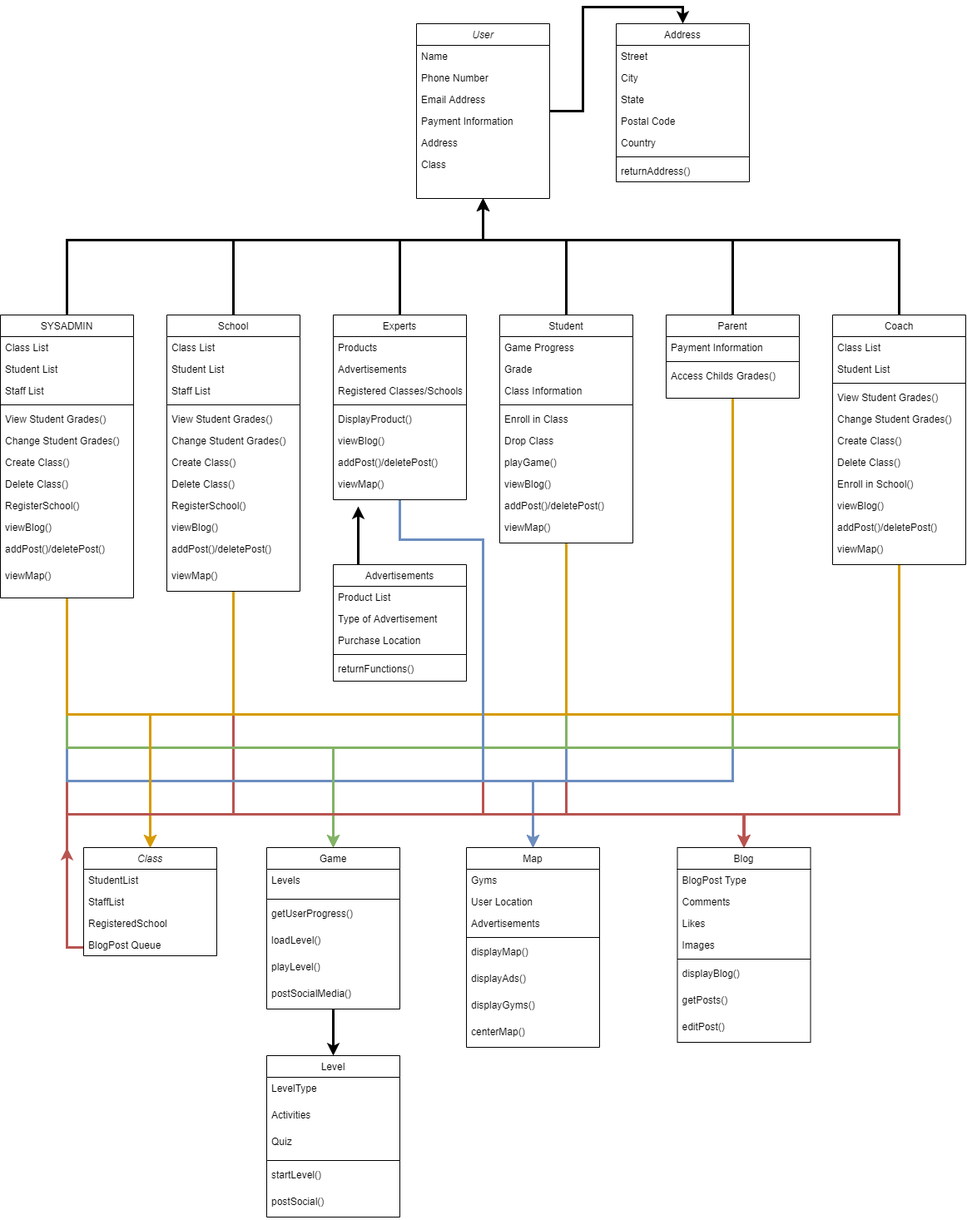
Before: Deliverables/Week_4/Class Diagram.png, a diagram exported from draw.io (Hanandrof/Group-3-Repository). Source tidied: cells renumbered, new cells last; positions are measured from the earlier drawing's top-left corner, leaving out a move shared by most shapes.
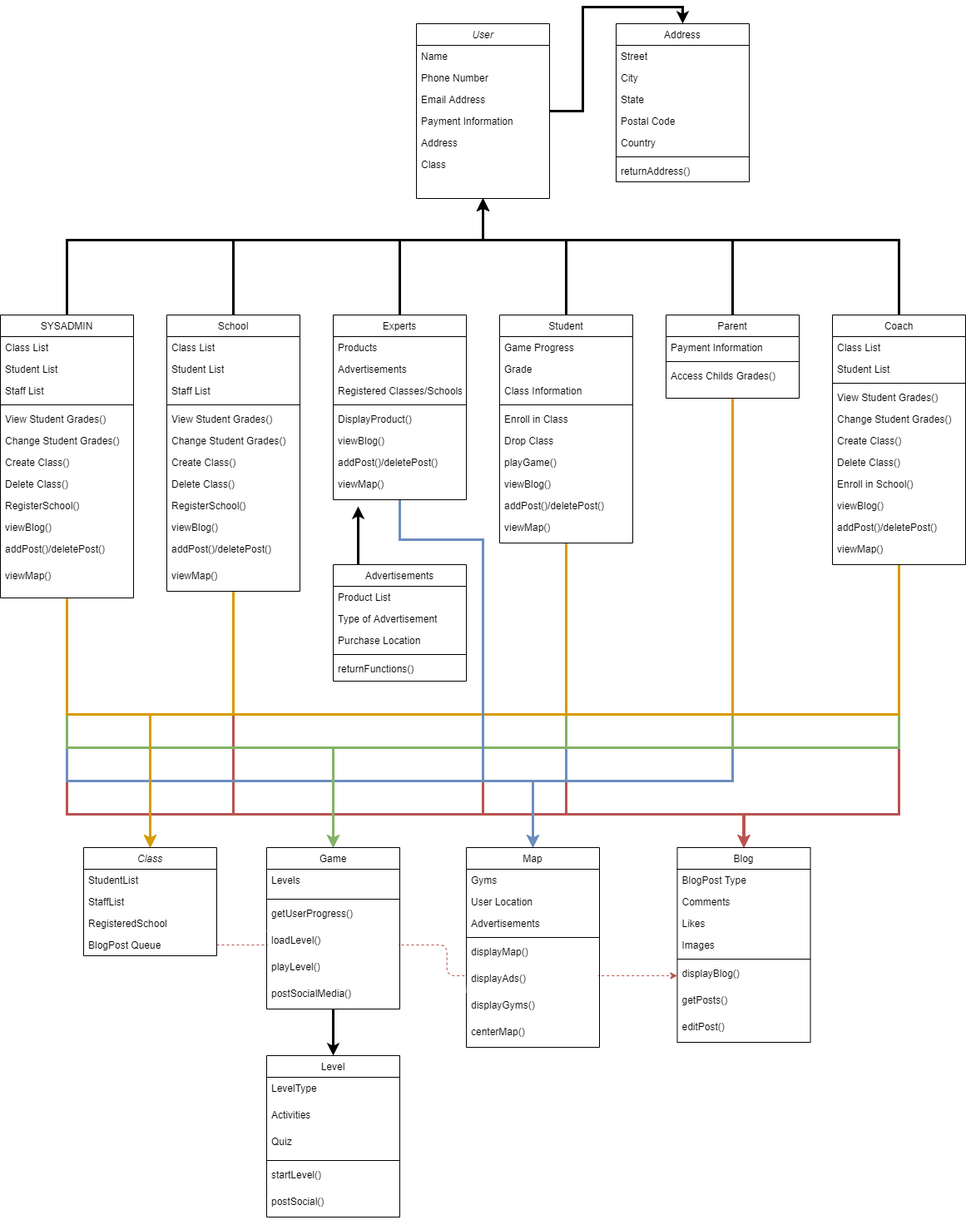
Above is the later version.

What changed in the source:
```diff
@@ -2,6 +2,9 @@
   <root>
     <mxCell id="0" />
     <mxCell id="1" parent="0" />
+    <mxCell id="151" style="edgeStyle=orthogonalEdgeStyle;rounded=1;jumpStyle=none;jumpSize=6;jettySize=auto;html=1;exitX=1;exitY=0.5;exitDx=0;exitDy=0;entryX=0;entryY=0.5;entryDx=0;entryDy=0;shadow=0;dashed=1;startArrow=none;startFill=0;endArrow=classic;endFill=1;fillColor=#f8cecc;strokeColor=#b85450;" parent="1" edge="1" source="150" target="117">
+      <mxGeometry relative="1" as="geometry" />
+    </mxCell>
     <mxCell id="2" style="edgeStyle=orthogonalEdgeStyle;rounded=0;jettySize=auto;html=1;entryX=0.5;entryY=0;entryDx=0;entryDy=0;strokeWidth=3;" parent="1" edge="1" source="3" target="25">
       <mxGeometry relative="1" as="geometry" />
     </mxCell>
@@ -503,7 +506,7 @@
     <mxCell id="125" value="displayMap()" style="text;align=left;verticalAlign=top;spacingLeft=4;spacingRight=4;overflow=hidden;rounded=0;shadow=0;html=0;" parent="120" vertex="1">
       <mxGeometry y="112" width="160" height="32" as="geometry" />
     </mxCell>
-    <mxCell id="126" value="displayAds()" style="text;align=left;verticalAlign=top;spacingLeft=4;spacingRight=4;overflow=hidden;rounded=0;shadow=0;html=0;" parent="120" vertex="1">
+    <mxCell id="126" value="displayAds()" style="text;align=left;verticalAlign=top;spacingLeft=4;spacingRight=4;overflow=hidden;rounded=0;shadow=0;html=0;fillColor=#ffffff;sketch=1;" parent="120" vertex="1">
       <mxGeometry y="144" width="160" height="32" as="geometry" />
     </mxCell>
     <mxCell id="127" value="displayGyms()" style="text;align=left;verticalAlign=top;spacingLeft=4;spacingRight=4;overflow=hidden;rounded=0;shadow=0;html=0;" parent="120" vertex="1">
@@ -524,10 +527,10 @@
     <mxCell id="132" style="line;html=1;strokeWidth=1;align=left;verticalAlign=middle;spacingTop=-1;spacingLeft=3;spacingRight=3;labelPosition=right;" parent="130" vertex="1">
       <mxGeometry y="58" width="160" height="8" as="geometry" />
     </mxCell>
-    <mxCell id="133" value="getUserProgress()" style="text;align=left;verticalAlign=top;spacingLeft=4;spacingRight=4;overflow=hidden;rounded=0;shadow=0;html=0;" parent="130" vertex="1">
+    <mxCell id="133" value="getUserProgress()" style="text;align=left;verticalAlign=top;spacingLeft=4;spacingRight=4;overflow=hidden;rounded=0;shadow=0;html=0;sketch=0;" parent="130" vertex="1">
       <mxGeometry y="66" width="160" height="32" as="geometry" />
     </mxCell>
-    <mxCell id="134" value="loadLevel()" style="text;align=left;verticalAlign=top;spacingLeft=4;spacingRight=4;overflow=hidden;rounded=0;shadow=0;html=0;" parent="130" vertex="1">
+    <mxCell id="134" value="loadLevel()" style="text;align=left;verticalAlign=top;spacingLeft=4;spacingRight=4;overflow=hidden;rounded=0;shadow=0;html=0;fillColor=#ffffff;sketch=1;glass=0;" parent="130" vertex="1">
       <mxGeometry y="98" width="160" height="32" as="geometry" />
     </mxCell>
     <mxCell id="135" value="playLevel()" style="text;align=left;verticalAlign=top;spacingLeft=4;spacingRight=4;overflow=hidden;rounded=0;shadow=0;html=0;" parent="130" vertex="1">
@@ -557,23 +560,6 @@
     <mxCell id="143" value="postSocial()" style="text;align=left;verticalAlign=top;spacingLeft=4;spacingRight=4;overflow=hidden;rounded=0;shadow=0;html=0;" parent="137" vertex="1">
       <mxGeometry y="162" width="160" height="32" as="geometry" />
     </mxCell>
-    <mxCell id="144" style="edgeStyle=orthogonalEdgeStyle;rounded=0;jettySize=auto;html=1;entryX=0.5;entryY=0;entryDx=0;entryDy=0;strokeWidth=3;fillColor=#f8cecc;strokeColor=#b85450;" parent="1" edge="1" source="146" target="111">
-      <mxGeometry relative="1" as="geometry">
-        <Array as="points">
-          <mxPoint x="80" y="1110" />
-          <mxPoint x="80" y="950" />
-          <mxPoint x="894" y="950" />
-        </Array>
-      </mxGeometry>
-    </mxCell>
-    <mxCell id="145" style="edgeStyle=orthogonalEdgeStyle;rounded=0;jettySize=auto;html=1;strokeWidth=3;fillColor=#f8cecc;strokeColor=#b85450;" parent="1" edge="1" source="146">
-      <mxGeometry relative="1" as="geometry">
-        <mxPoint x="80" y="990" as="targetPoint" />
-        <Array as="points">
-          <mxPoint x="80" y="1110" />
-        </Array>
-      </mxGeometry>
-    </mxCell>
     <mxCell id="146" value="Class" style="swimlane;fontStyle=2;align=center;verticalAlign=top;horizontal=1;startSize=26;rounded=0;shadow=0;strokeWidth=1;" parent="1" vertex="1">
       <mxGeometry x="100" y="990" width="160" height="130" as="geometry" />
     </mxCell>
```
